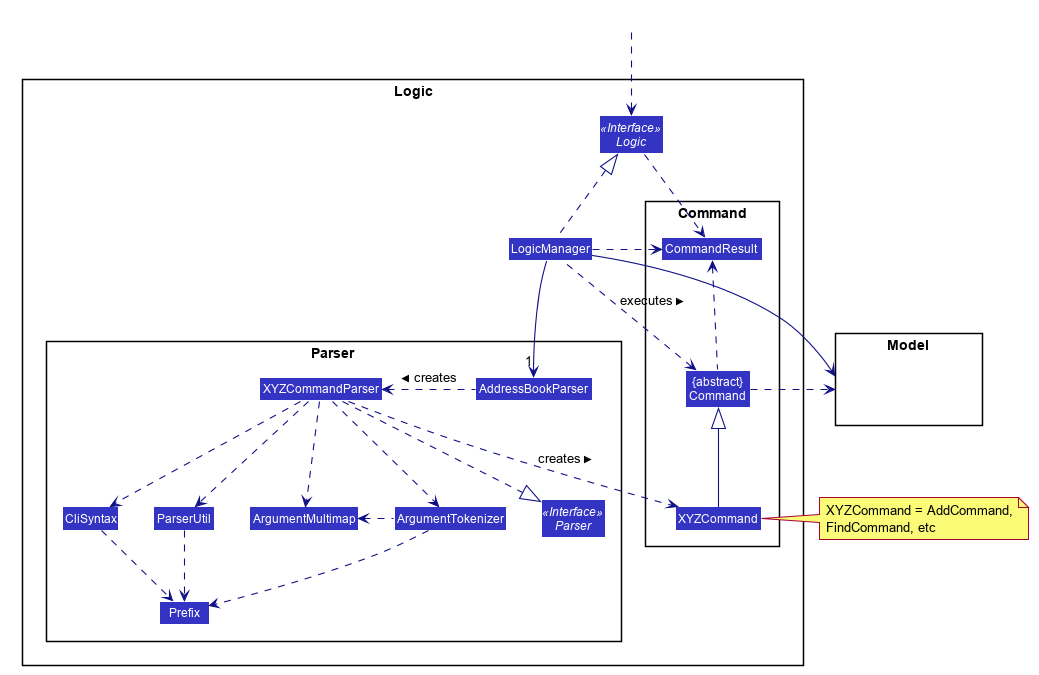
Above: docs/images/LogicClassDiagram.png in nus-cs2103-AY1920S2/addressbook-level3 (PlantUML), before the change.
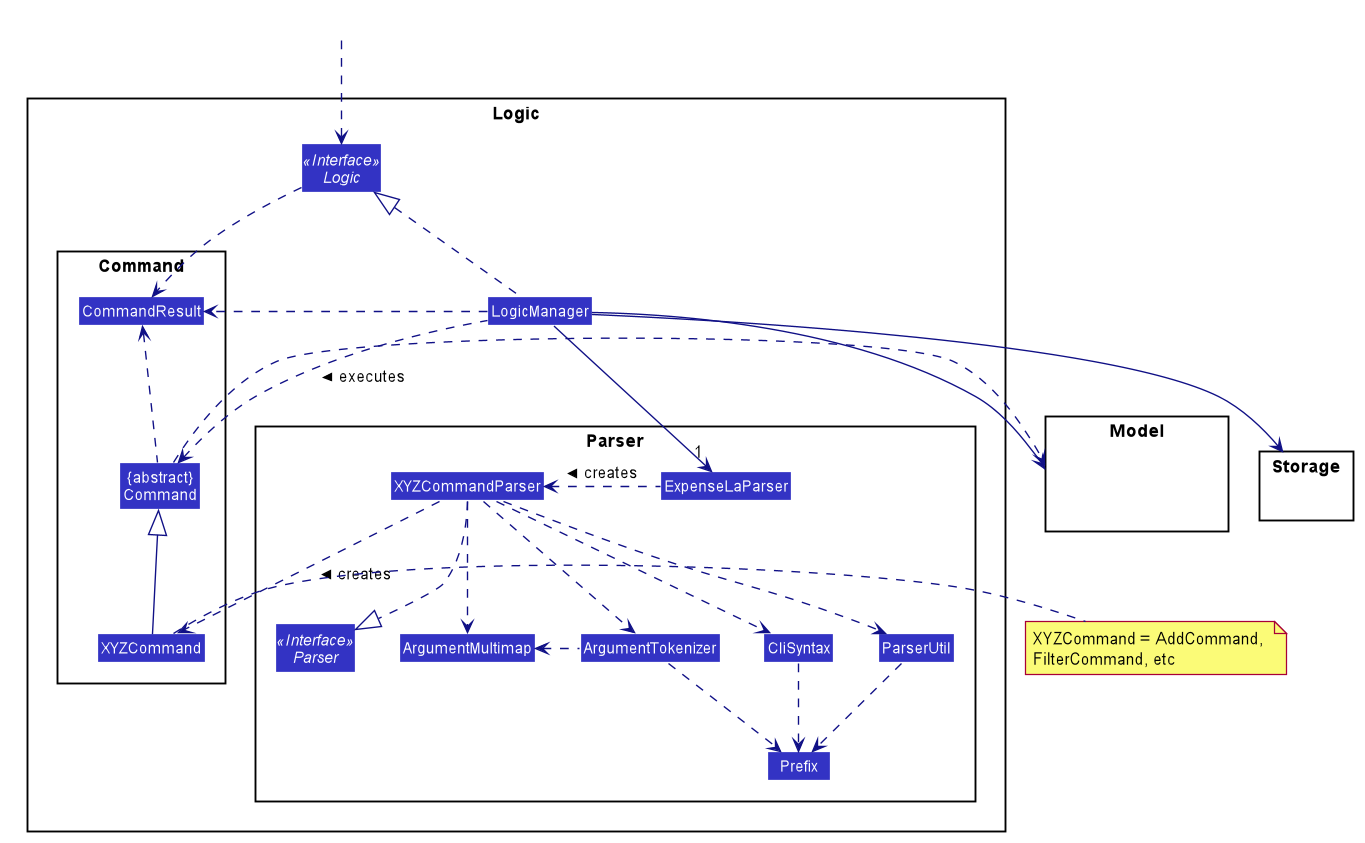
Later version of the same file.

What changed in the source:
```diff
@@ -55,7 +55,7 @@
 
 package Parser {
 Interface Parser <<Interface>>
-Class AddressBookParser
+Class ExpenseLaParser
 Class XYZCommandParser
 Class CliSyntax
 Class ParserUtil
@@ -76,14 +76,18 @@
 
 package Model{
 Class HiddenModel #FFFFFF
+ }
+
+package Storage{
+ Class HiddenModel #FFFFFF
 }
 
 Class HiddenOutside #FFFFFF
 HiddenOutside ..> Logic
 
 LogicManager .up.|> Logic
-LogicManager -->"1" AddressBookParser
-AddressBookParser .left.> XYZCommandParser: creates >
+LogicManager -->"1" ExpenseLaParser
+ExpenseLaParser .left.> XYZCommandParser: creates >
 
 XYZCommandParser ..> XYZCommand : creates >
 XYZCommandParser ..|> Parser
@@ -99,8 +103,9 @@
 LogicManager .left.> Command : executes >
 
 LogicManager --> Model
+LogicManager --> Storage
 Command .right.> Model
-note right of XYZCommand: XYZCommand = AddCommand, \nFindCommand, etc
+note right of XYZCommand: XYZCommand = AddCommand, \nFilterCommand, etc
 
 Logic ..> CommandResult
 LogicManager .down.> CommandResult
```
